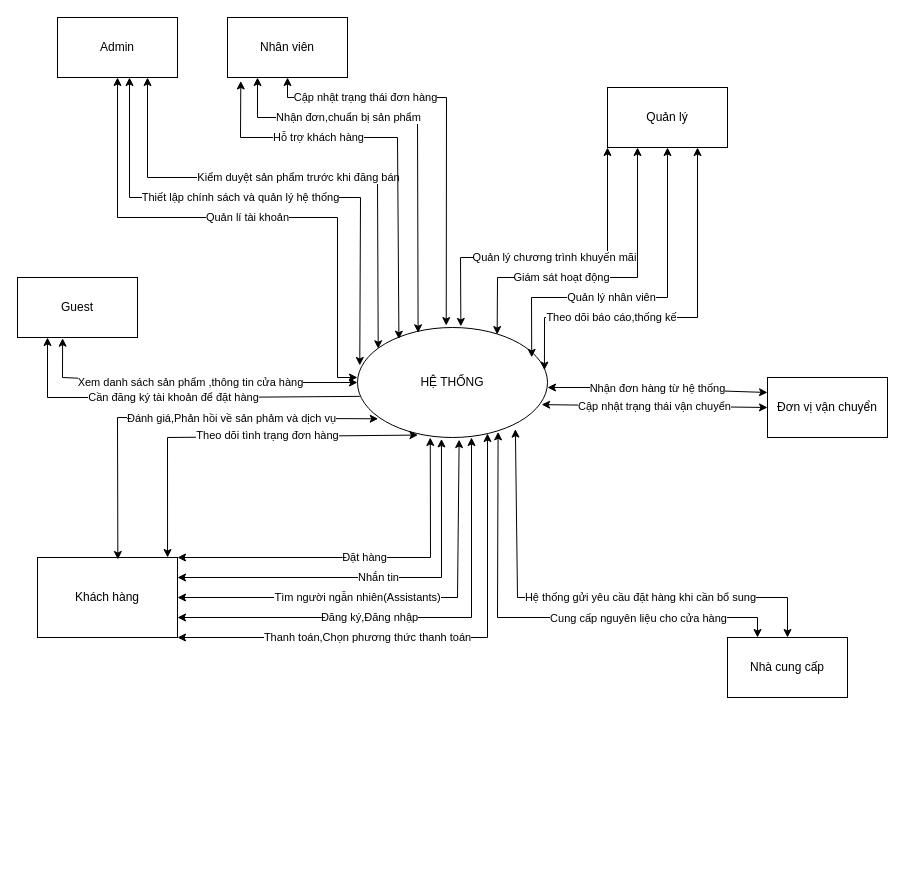
Above: HETHONGBANTRASUA_CONTEXT.drawio in NgoAnhThanThien/thanthien123 (draw.io), before the change. Source tidied: cells renumbered, new cells numbered last; positions are measured from the earlier drawing's top-left corner, leaving out a move shared by most shapes. Both pictures are drawn from the tidied source at 100%, with x=0, y=0 at pixel (17, 17).
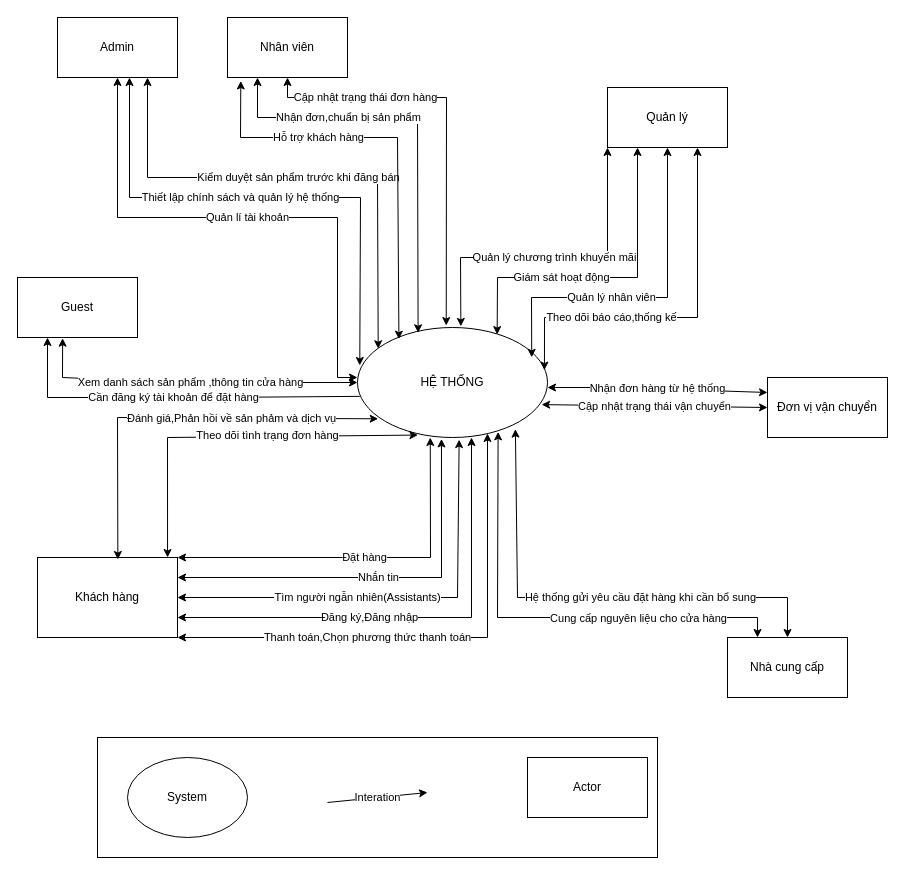
The same page after the edit.

Change to the diagram source:
```diff
@@
+    <mxCell id="34" style="rounded=0;whiteSpace=wrap;html=1;" parent="1" vertex="1">
+      <mxGeometry x="80" y="720" width="560" height="120" as="geometry" />
+    </mxCell>
+    <mxCell id="35" value="System" style="ellipse;whiteSpace=wrap;html=1;" parent="1" vertex="1">
+      <mxGeometry x="110" y="740" width="120" height="80" as="geometry" />
+    </mxCell>
+    <mxCell id="36" value="Actor" style="rounded=0;whiteSpace=wrap;html=1;" parent="1" vertex="1">
+      <mxGeometry x="510" y="740" width="120" height="60" as="geometry" />
+    </mxCell>
+    <mxCell id="37" value="Interation" style="endArrow=classic;html=1;rounded=0;entryX=0.643;entryY=0.667;entryDx=0;entryDy=0;entryPerimeter=0;" parent="1" edge="1">
+      <mxGeometry relative="1" as="geometry">
+        <mxPoint x="310" y="785" as="sourcePoint" />
+        <mxPoint x="410" y="775" as="targetPoint" />
+      </mxGeometry>
+    </mxCell>
```
